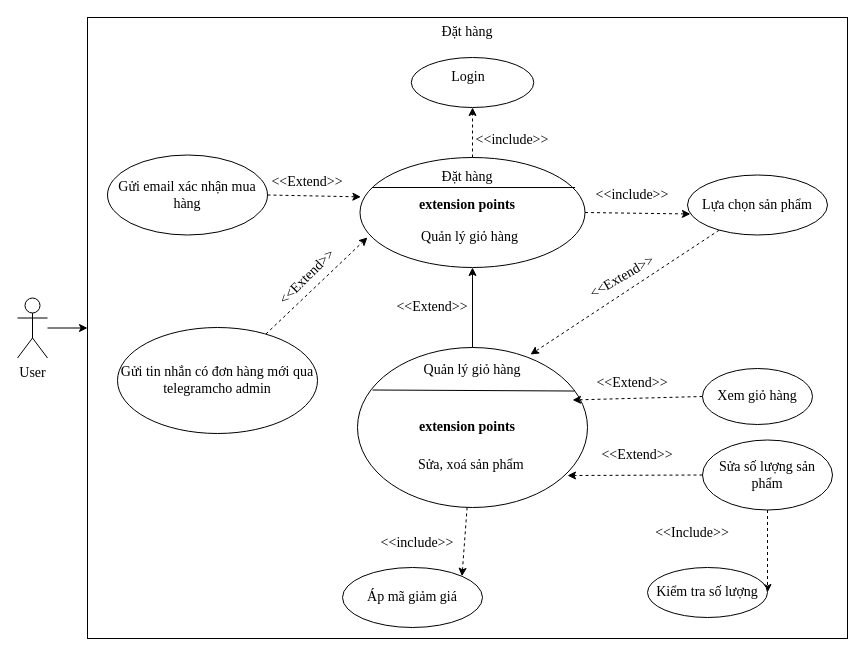
This is page "checkout" (6 of 15) of usecase.drawio from minhan1410/Commerce, a draw.io file, before an edit. Source tidied: cells renumbered, new cells numbered last; positions are measured from the earlier drawing's top-left corner, leaving out a move shared by most shapes. Both pictures are drawn from the tidied source at 100%, with x=0, y=0 at pixel (17, 17).
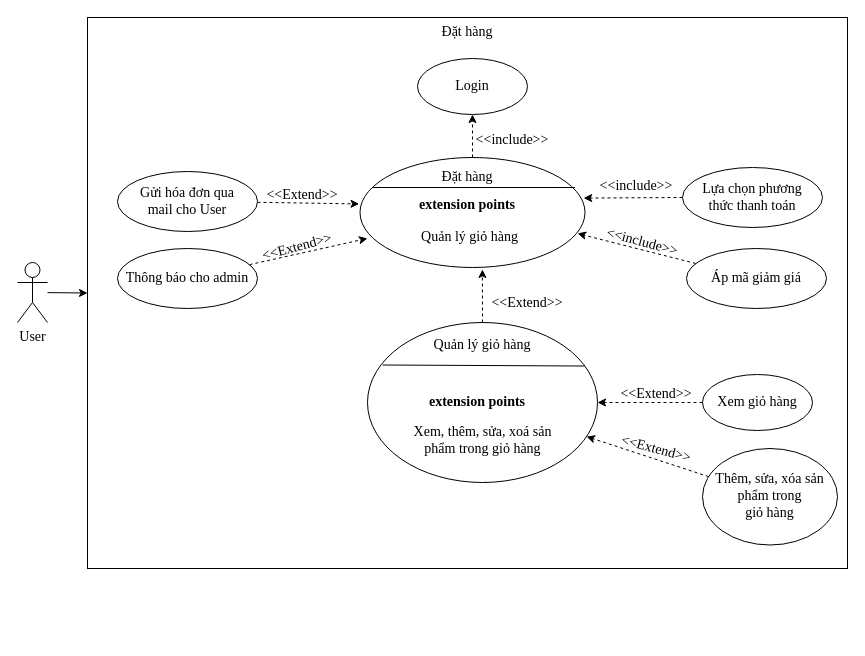
The same page after the edit.

The change refers to these unchanged cells:
```xml
<mxCell id="26" style="ellipse;whiteSpace=wrap;html=1;rounded=0;fontFamily=Times New Roman;fontSize=14;fontColor=default;fillColor=none;gradientColor=none;" parent="1" vertex="1">
  <mxGeometry x="342.5" y="140" width="225" height="110" as="geometry" />
</mxCell>
```

The edit, as a diff of the source:
```diff
@@
     <mxCell id="3" value="User" style="shape=umlActor;verticalLabelPosition=bottom;verticalAlign=top;html=1;outlineConnect=0;fontFamily=Times New Roman;fontSize=14;" parent="1" vertex="1">
-      <mxGeometry y="280.5" width="30" height="60" as="geometry" />
+      <mxGeometry y="245" width="30" height="60" as="geometry" />
     </mxCell>
     <mxCell id="4" value="Đặt hàng" style="whiteSpace=wrap;html=1;verticalAlign=top;fontFamily=Times New Roman;fontSize=14;" parent="1" vertex="1">
-      <mxGeometry x="70" width="760" height="621" as="geometry" />
+      <mxGeometry x="70" width="760" height="551" as="geometry" />
     </mxCell>
-    <mxCell id="5" style="edgeStyle=none;html=1;exitX=0.5;exitY=0;exitDx=0;exitDy=0;entryX=0.5;entryY=1;entryDx=0;entryDy=0;fontFamily=Times New Roman;fontSize=14;" parent="1" edge="1" source="7" target="26">
-      <mxGeometry relative="1" as="geometry" />
-    </mxCell>
-    <mxCell id="6" style="edgeStyle=none;html=1;entryX=1;entryY=0;entryDx=0;entryDy=0;fontFamily=Times New Roman;fontSize=14;dashed=1;" parent="1" edge="1" source="7" target="36">
-      <mxGeometry relative="1" as="geometry" />
-    </mxCell>
-    <mxCell id="7" style="ellipse;whiteSpace=wrap;html=1;rounded=0;fontFamily=Times New Roman;fontSize=14;fontColor=default;fillColor=none;gradientColor=none;" parent="1" vertex="1">
-      <mxGeometry x="340" y="330" width="230" height="160" as="geometry" />
-    </mxCell>
-    <mxCell id="8" value="Quản lý giỏ hàng" style="text;html=1;strokeColor=none;fillColor=none;align=center;verticalAlign=middle;whiteSpace=wrap;rounded=0;fontFamily=Times New Roman;fontSize=14;fontColor=default;" parent="1" vertex="1">
-      <mxGeometry x="380" y="342.5" width="150" height="20" as="geometry" />
-    </mxCell>
-    <mxCell id="9" style="ellipse;whiteSpace=wrap;html=1;fontFamily=Times New Roman;fontSize=14;" parent="1" vertex="1">
-      <mxGeometry x="393.8" y="40" width="122.5" height="50" as="geometry" />
-    </mxCell>
-    <mxCell id="10" value="Login" style="text;html=1;strokeColor=none;fillColor=none;align=center;verticalAlign=middle;whiteSpace=wrap;rounded=0;fontFamily=Times New Roman;fontSize=14;" parent="1" vertex="1">
-      <mxGeometry x="401.2" y="50" width="100" height="20" as="geometry" />
-    </mxCell>
@@
-    <mxCell id="12" style="edgeStyle=none;html=1;exitX=0;exitY=0.5;exitDx=0;exitDy=0;entryX=0.935;entryY=0.328;entryDx=0;entryDy=0;entryPerimeter=0;fontFamily=Times New Roman;fontSize=14;dashed=1;" parent="1" edge="1" source="13" target="7">
-      <mxGeometry relative="1" as="geometry" />
-    </mxCell>
-    <mxCell id="13" value="Xem giỏ hàng" style="ellipse;whiteSpace=wrap;html=1;fontFamily=Times New Roman;fontSize=14;" parent="1" vertex="1">
-      <mxGeometry x="685" y="351" width="110" height="56" as="geometry" />
-    </mxCell>
-    <mxCell id="14" value="&lt;b style=&quot;font-size: 14px;&quot;&gt;extension points&lt;/b&gt;" style="text;html=1;strokeColor=none;fillColor=none;align=center;verticalAlign=middle;whiteSpace=wrap;rounded=0;fontFamily=Times New Roman;fontSize=14;" parent="1" vertex="1">
-      <mxGeometry x="370" y="402.5" width="160" height="15" as="geometry" />
-    </mxCell>
-    <mxCell id="15" value="Sửa, xoá sản phẩm&amp;nbsp;" style="text;html=1;strokeColor=none;fillColor=none;align=center;verticalAlign=middle;whiteSpace=wrap;rounded=0;fontFamily=Times New Roman;fontSize=14;" parent="1" vertex="1">
-      <mxGeometry x="377.5" y="422.5" width="155" height="50" as="geometry" />
-    </mxCell>
-    <mxCell id="16" value="&amp;lt;&amp;lt;Extend&amp;gt;&amp;gt;" style="text;html=1;strokeColor=none;fillColor=none;align=center;verticalAlign=middle;whiteSpace=wrap;rounded=0;rotation=0;fontFamily=Times New Roman;fontSize=14;" parent="1" vertex="1">
-      <mxGeometry x="585" y="351" width="60" height="30" as="geometry" />
-    </mxCell>
-    <mxCell id="17" style="endArrow=none;html=1;entryX=0.943;entryY=0.272;entryDx=0;entryDy=0;entryPerimeter=0;fontFamily=Times New Roman;fontSize=14;" parent="1" edge="1" target="7">
-      <mxGeometry relative="1" as="geometry">
-        <mxPoint x="355" y="372.5" as="sourcePoint" />
-      </mxGeometry>
-    </mxCell>
-    <mxCell id="18" value="&amp;lt;&amp;lt;Extend&amp;gt;&amp;gt;" style="text;html=1;strokeColor=none;fillColor=none;align=center;verticalAlign=middle;whiteSpace=wrap;rounded=0;rotation=0;fontFamily=Times New Roman;fontSize=14;" parent="1" vertex="1">
-      <mxGeometry x="590" y="422.5" width="60" height="30" as="geometry" />
-    </mxCell>
-    <mxCell id="19" value="&amp;lt;&amp;lt;Include&amp;gt;&amp;gt;" style="text;html=1;strokeColor=none;fillColor=none;align=center;verticalAlign=middle;whiteSpace=wrap;rounded=0;rotation=0;fontFamily=Times New Roman;fontSize=14;" parent="1" vertex="1">
-      <mxGeometry x="645" y="501" width="60" height="30" as="geometry" />
-    </mxCell>
-    <mxCell id="20" style="edgeStyle=none;html=1;entryX=1;entryY=0.5;entryDx=0;entryDy=0;fontFamily=Times New Roman;fontSize=14;dashed=1;exitX=0.5;exitY=1;exitDx=0;exitDy=0;" parent="1" edge="1" source="22" target="23">
-      <mxGeometry relative="1" as="geometry" />
-    </mxCell>
-    <mxCell id="21" style="edgeStyle=none;html=1;exitX=0;exitY=0.5;exitDx=0;exitDy=0;fontColor=default;dashed=1;" parent="1" edge="1" source="22">
-      <mxGeometry relative="1" as="geometry">
-        <mxPoint x="550" y="458" as="targetPoint" />
-      </mxGeometry>
-    </mxCell>
-    <mxCell id="22" value="Sửa số lượng sản phẩm" style="ellipse;whiteSpace=wrap;html=1;fontFamily=Times New Roman;fontSize=14;" parent="1" vertex="1">
-      <mxGeometry x="685" y="422.5" width="130" height="70" as="geometry" />
-    </mxCell>
-    <mxCell id="23" value="Kiểm tra số lượng" style="ellipse;whiteSpace=wrap;html=1;fontFamily=Times New Roman;fontSize=14;" parent="1" vertex="1">
-      <mxGeometry x="630" y="550" width="120" height="50" as="geometry" />
-    </mxCell>
-    <mxCell id="24" style="edgeStyle=none;html=1;exitX=0.5;exitY=0;exitDx=0;exitDy=0;entryX=0.5;entryY=1;entryDx=0;entryDy=0;fontFamily=Times New Roman;fontSize=14;dashed=1;" parent="1" edge="1" source="26" target="9">
-      <mxGeometry relative="1" as="geometry" />
-    </mxCell>
-    <mxCell id="25" style="edgeStyle=none;html=1;exitX=1;exitY=0.5;exitDx=0;exitDy=0;entryX=0.021;entryY=0.65;entryDx=0;entryDy=0;entryPerimeter=0;fontFamily=Times New Roman;fontSize=14;dashed=1;" parent="1" edge="1" source="26" target="32">
-      <mxGeometry relative="1" as="geometry" />
-    </mxCell>
+    <mxCell id="44" style="edgeStyle=none;html=1;exitX=0.5;exitY=0;exitDx=0;exitDy=0;entryX=0.5;entryY=1;entryDx=0;entryDy=0;dashed=1;" parent="1" edge="1" source="26" target="10">
+      <mxGeometry relative="1" as="geometry" />
+    </mxCell>
@@
-    <mxCell id="31" style="edgeStyle=none;html=1;entryX=0.752;entryY=0.044;entryDx=0;entryDy=0;entryPerimeter=0;fontFamily=Times New Roman;fontSize=14;dashed=1;" parent="1" edge="1" source="32" target="7">
-      <mxGeometry relative="1" as="geometry" />
-    </mxCell>
+    <mxCell id="45" style="edgeStyle=none;html=1;exitX=0;exitY=0.5;exitDx=0;exitDy=0;entryX=0.994;entryY=0.369;entryDx=0;entryDy=0;entryPerimeter=0;dashed=1;" parent="1" edge="1" source="32" target="26">
+      <mxGeometry relative="1" as="geometry" />
+    </mxCell>
-    <mxCell id="32" value="Lựa chọn sản phẩm" style="ellipse;whiteSpace=wrap;html=1;fontFamily=Times New Roman;fontSize=14;" parent="1" vertex="1">
-      <mxGeometry x="670" y="157.5" width="140" height="60" as="geometry" />
+    <mxCell id="32" value="Lựa chọn phương &lt;br&gt;thức thanh toán" style="ellipse;whiteSpace=wrap;html=1;fontFamily=Times New Roman;fontSize=14;" parent="1" vertex="1">
+      <mxGeometry x="665" y="150" width="140" height="60" as="geometry" />
     </mxCell>
     <mxCell id="33" value="&amp;lt;&amp;lt;include&amp;gt;&amp;gt;" style="text;html=1;strokeColor=none;fillColor=none;align=center;verticalAlign=middle;whiteSpace=wrap;rounded=0;fontFamily=Times New Roman;fontSize=14;" parent="1" vertex="1">
-      <mxGeometry x="585" y="162.5" width="60" height="30" as="geometry" />
+      <mxGeometry x="589" y="154" width="60" height="30" as="geometry" />
     </mxCell>
-    <mxCell id="34" value="&amp;lt;&amp;lt;Extend&amp;gt;&amp;gt;" style="text;html=1;strokeColor=none;fillColor=none;align=center;verticalAlign=middle;whiteSpace=wrap;rounded=0;rotation=-30;fontFamily=Times New Roman;fontSize=14;" parent="1" vertex="1">
-      <mxGeometry x="575" y="245" width="60" height="30" as="geometry" />
-    </mxCell>
-    <mxCell id="35" value="&amp;lt;&amp;lt;Extend&amp;gt;&amp;gt;" style="text;html=1;strokeColor=none;fillColor=none;align=center;verticalAlign=middle;whiteSpace=wrap;rounded=0;rotation=0;fontFamily=Times New Roman;fontSize=14;" parent="1" vertex="1">
-      <mxGeometry x="385" y="275" width="60" height="30" as="geometry" />
-    </mxCell>
+    <mxCell id="46" value="&amp;lt;&amp;lt;Extend&amp;gt;&amp;gt;" style="text;html=1;strokeColor=none;fillColor=none;align=center;verticalAlign=middle;whiteSpace=wrap;rounded=0;rotation=0;fontFamily=Times New Roman;fontSize=14;" parent="1" vertex="1">
+      <mxGeometry x="480" y="271" width="60" height="30" as="geometry" />
+    </mxCell>
+    <mxCell id="47" style="edgeStyle=none;html=1;entryX=0.967;entryY=0.691;entryDx=0;entryDy=0;entryPerimeter=0;dashed=1;" parent="1" edge="1" source="36" target="26">
+      <mxGeometry relative="1" as="geometry" />
+    </mxCell>
     <mxCell id="36" value="Áp mã giảm giá" style="ellipse;whiteSpace=wrap;html=1;fontFamily=Times New Roman;fontSize=14;" parent="1" vertex="1">
-      <mxGeometry x="325" y="550" width="140" height="60" as="geometry" />
+      <mxGeometry x="669" y="231" width="140" height="60" as="geometry" />
     </mxCell>
-    <mxCell id="37" value="&amp;lt;&amp;lt;include&amp;gt;&amp;gt;" style="text;html=1;strokeColor=none;fillColor=none;align=center;verticalAlign=middle;whiteSpace=wrap;rounded=0;fontFamily=Times New Roman;fontSize=14;rotation=0;" parent="1" vertex="1">
-      <mxGeometry x="370" y="511" width="60" height="30" as="geometry" />
+    <mxCell id="37" value="&amp;lt;&amp;lt;include&amp;gt;&amp;gt;" style="text;html=1;strokeColor=none;fillColor=none;align=center;verticalAlign=middle;whiteSpace=wrap;rounded=0;fontFamily=Times New Roman;fontSize=14;rotation=15;" parent="1" vertex="1">
+      <mxGeometry x="595" y="210" width="60" height="30" as="geometry" />
     </mxCell>
-    <mxCell id="38" style="edgeStyle=none;html=1;exitX=1;exitY=0.5;exitDx=0;exitDy=0;entryX=0.004;entryY=0.358;entryDx=0;entryDy=0;entryPerimeter=0;fontFamily=Times New Roman;fontSize=14;dashed=1;" parent="1" edge="1" source="39" target="26">
-      <mxGeometry relative="1" as="geometry" />
-    </mxCell>
-    <mxCell id="39" value="Gửi email xác nhận mua hàng" style="ellipse;whiteSpace=wrap;html=1;fontFamily=Times New Roman;fontSize=14;" parent="1" vertex="1">
-      <mxGeometry x="90" y="137.5" width="160" height="80" as="geometry" />
-    </mxCell>
-    <mxCell id="40" value="&amp;lt;&amp;lt;Extend&amp;gt;&amp;gt;" style="text;html=1;strokeColor=none;fillColor=none;align=center;verticalAlign=middle;whiteSpace=wrap;rounded=0;rotation=0;fontFamily=Times New Roman;fontSize=14;" parent="1" vertex="1">
-      <mxGeometry x="260" y="150" width="60" height="30" as="geometry" />
-    </mxCell>
-    <mxCell id="41" style="edgeStyle=none;html=1;entryX=0.033;entryY=0.727;entryDx=0;entryDy=0;entryPerimeter=0;fontFamily=Times New Roman;fontSize=14;dashed=1;" parent="1" edge="1" source="42" target="26">
-      <mxGeometry relative="1" as="geometry" />
-    </mxCell>
-    <mxCell id="42" value="Gửi tin nhắn có đơn hàng mới qua telegramcho admin" style="ellipse;whiteSpace=wrap;html=1;fontFamily=Times New Roman;fontSize=14;" parent="1" vertex="1">
-      <mxGeometry x="100" y="310" width="200" height="106" as="geometry" />
-    </mxCell>
-    <mxCell id="43" value="&amp;lt;&amp;lt;Extend&amp;gt;&amp;gt;" style="text;html=1;strokeColor=none;fillColor=none;align=center;verticalAlign=middle;whiteSpace=wrap;rounded=0;rotation=-45;fontFamily=Times New Roman;fontSize=14;" parent="1" vertex="1">
-      <mxGeometry x="260" y="245" width="60" height="30" as="geometry" />
-    </mxCell>
+    <mxCell id="10" value="Login" style="ellipse;whiteSpace=wrap;html=1;fontFamily=Times New Roman;fontSize=14;" parent="1" vertex="1">
+      <mxGeometry x="400" y="41" width="110" height="56" as="geometry" />
+    </mxCell>
+    <mxCell id="48" style="edgeStyle=none;html=1;entryX=0.544;entryY=1.018;entryDx=0;entryDy=0;entryPerimeter=0;dashed=1;" parent="1" edge="1" source="49" target="26">
+      <mxGeometry relative="1" as="geometry" />
+    </mxCell>
+    <mxCell id="49" style="ellipse;whiteSpace=wrap;html=1;rounded=0;fontFamily=Times New Roman;fontSize=14;fontColor=default;fillColor=none;gradientColor=none;" parent="1" vertex="1">
+      <mxGeometry x="350" y="305" width="230" height="160" as="geometry" />
+    </mxCell>
+    <mxCell id="8" value="Quản lý giỏ hàng" style="text;html=1;strokeColor=none;fillColor=none;align=center;verticalAlign=middle;whiteSpace=wrap;rounded=0;fontFamily=Times New Roman;fontSize=14;fontColor=default;" parent="1" vertex="1">
+      <mxGeometry x="390" y="317.5" width="150" height="20" as="geometry" />
+    </mxCell>
+    <mxCell id="50" style="edgeStyle=none;html=1;dashed=1;" parent="1" edge="1" source="13" target="49">
+      <mxGeometry relative="1" as="geometry" />
+    </mxCell>
+    <mxCell id="13" value="Xem giỏ hàng" style="ellipse;whiteSpace=wrap;html=1;fontFamily=Times New Roman;fontSize=14;" parent="1" vertex="1">
+      <mxGeometry x="685" y="357" width="110" height="56" as="geometry" />
+    </mxCell>
+    <mxCell id="14" value="&lt;b style=&quot;font-size: 14px;&quot;&gt;extension points&lt;/b&gt;" style="text;html=1;strokeColor=none;fillColor=none;align=center;verticalAlign=middle;whiteSpace=wrap;rounded=0;fontFamily=Times New Roman;fontSize=14;" parent="1" vertex="1">
+      <mxGeometry x="380" y="377.5" width="160" height="15" as="geometry" />
+    </mxCell>
+    <mxCell id="51" value="Xem, thêm, sửa, xoá sản phẩm trong giỏ hàng" style="text;html=1;strokeColor=none;fillColor=none;align=center;verticalAlign=middle;whiteSpace=wrap;rounded=0;fontFamily=Times New Roman;fontSize=14;" parent="1" vertex="1">
+      <mxGeometry x="387.5" y="397.5" width="155" height="50" as="geometry" />
+    </mxCell>
+    <mxCell id="52" value="&amp;lt;&amp;lt;Extend&amp;gt;&amp;gt;" style="text;html=1;strokeColor=none;fillColor=none;align=center;verticalAlign=middle;whiteSpace=wrap;rounded=0;rotation=0;fontFamily=Times New Roman;fontSize=14;" parent="1" vertex="1">
+      <mxGeometry x="609" y="362" width="60" height="30" as="geometry" />
+    </mxCell>
+    <mxCell id="53" style="endArrow=none;html=1;entryX=0.943;entryY=0.272;entryDx=0;entryDy=0;entryPerimeter=0;fontFamily=Times New Roman;fontSize=14;" parent="1" edge="1" target="49">
+      <mxGeometry relative="1" as="geometry">
+        <mxPoint x="365" y="347.5" as="sourcePoint" />
+      </mxGeometry>
+    </mxCell>
+    <mxCell id="54" value="&amp;lt;&amp;lt;Extend&amp;gt;&amp;gt;" style="text;html=1;strokeColor=none;fillColor=none;align=center;verticalAlign=middle;whiteSpace=wrap;rounded=0;rotation=15;fontFamily=Times New Roman;fontSize=14;" parent="1" vertex="1">
+      <mxGeometry x="609" y="417" width="60" height="30" as="geometry" />
+    </mxCell>
+    <mxCell id="55" style="edgeStyle=none;html=1;dashed=1;" parent="1" edge="1" source="56" target="49">
+      <mxGeometry relative="1" as="geometry" />
+    </mxCell>
+    <mxCell id="56" value="Thêm, sửa, xóa sản phẩm trong &lt;br&gt;giỏ hàng" style="ellipse;whiteSpace=wrap;html=1;fontFamily=Times New Roman;fontSize=14;" parent="1" vertex="1">
+      <mxGeometry x="685" y="431" width="135" height="96.5" as="geometry" />
+    </mxCell>
+    <mxCell id="57" style="edgeStyle=none;html=1;entryX=-0.004;entryY=0.422;entryDx=0;entryDy=0;entryPerimeter=0;dashed=1;" parent="1" edge="1" source="58" target="26">
+      <mxGeometry relative="1" as="geometry" />
+    </mxCell>
+    <mxCell id="58" value="Gửi hóa đơn qua &lt;br&gt;mail cho User" style="ellipse;whiteSpace=wrap;html=1;fontFamily=Times New Roman;fontSize=14;" parent="1" vertex="1">
+      <mxGeometry x="100" y="154" width="140" height="60" as="geometry" />
+    </mxCell>
+    <mxCell id="59" value="&amp;lt;&amp;lt;Extend&amp;gt;&amp;gt;" style="text;html=1;strokeColor=none;fillColor=none;align=center;verticalAlign=middle;whiteSpace=wrap;rounded=0;rotation=0;fontFamily=Times New Roman;fontSize=14;" parent="1" vertex="1">
+      <mxGeometry x="254.5" y="163" width="60" height="30" as="geometry" />
+    </mxCell>
+    <mxCell id="60" style="edgeStyle=none;html=1;entryX=0.033;entryY=0.736;entryDx=0;entryDy=0;entryPerimeter=0;dashed=1;" parent="1" edge="1" source="61" target="26">
+      <mxGeometry relative="1" as="geometry" />
+    </mxCell>
+    <mxCell id="61" value="Thông báo cho admin" style="ellipse;whiteSpace=wrap;html=1;fontFamily=Times New Roman;fontSize=14;" parent="1" vertex="1">
+      <mxGeometry x="100" y="231" width="140" height="60" as="geometry" />
+    </mxCell>
+    <mxCell id="62" value="&amp;lt;&amp;lt;Extend&amp;gt;&amp;gt;" style="text;html=1;strokeColor=none;fillColor=none;align=center;verticalAlign=middle;whiteSpace=wrap;rounded=0;rotation=-15;fontFamily=Times New Roman;fontSize=14;" parent="1" vertex="1">
+      <mxGeometry x="250" y="215" width="60" height="30" as="geometry" />
+    </mxCell>
```
